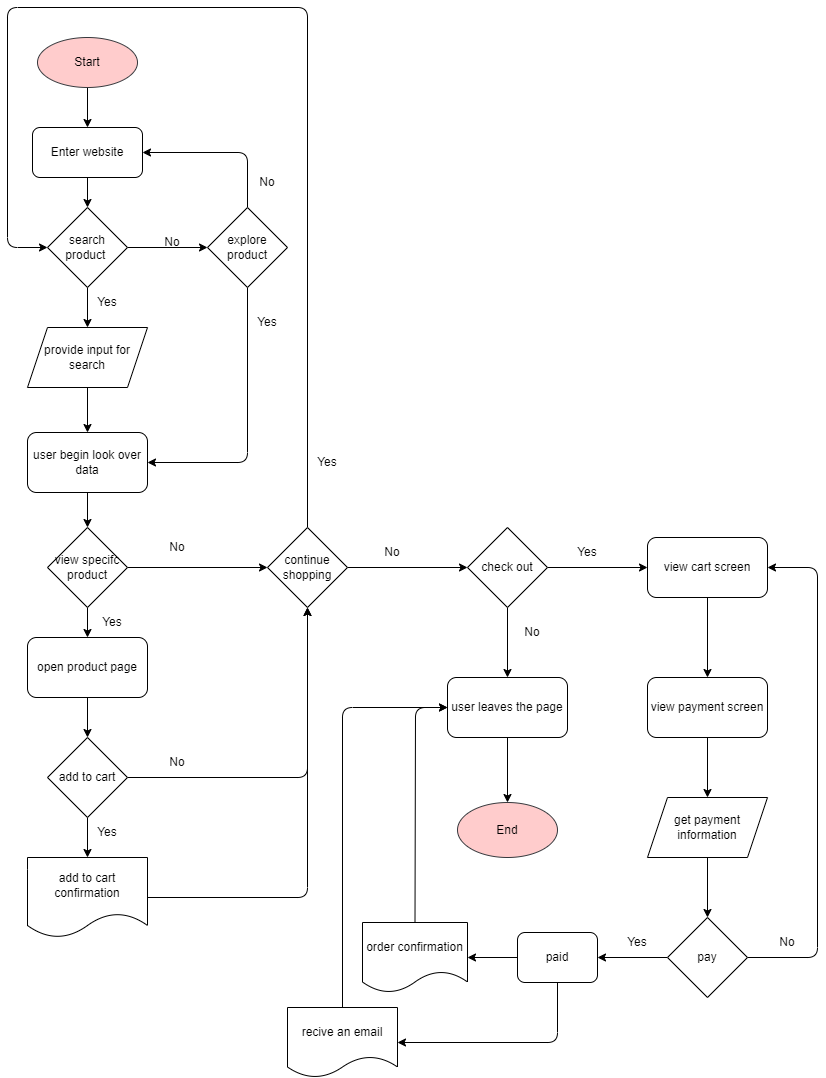
Oooleaf/fa22-cse110-lab4 keeps this draw.io diagram as explore/diagramming/diagram.drawio.png. Above is the earlier version. Source tidied: cells renumbered, new cells last; positions are measured from the earlier drawing's top-left corner, leaving out a move shared by most shapes.
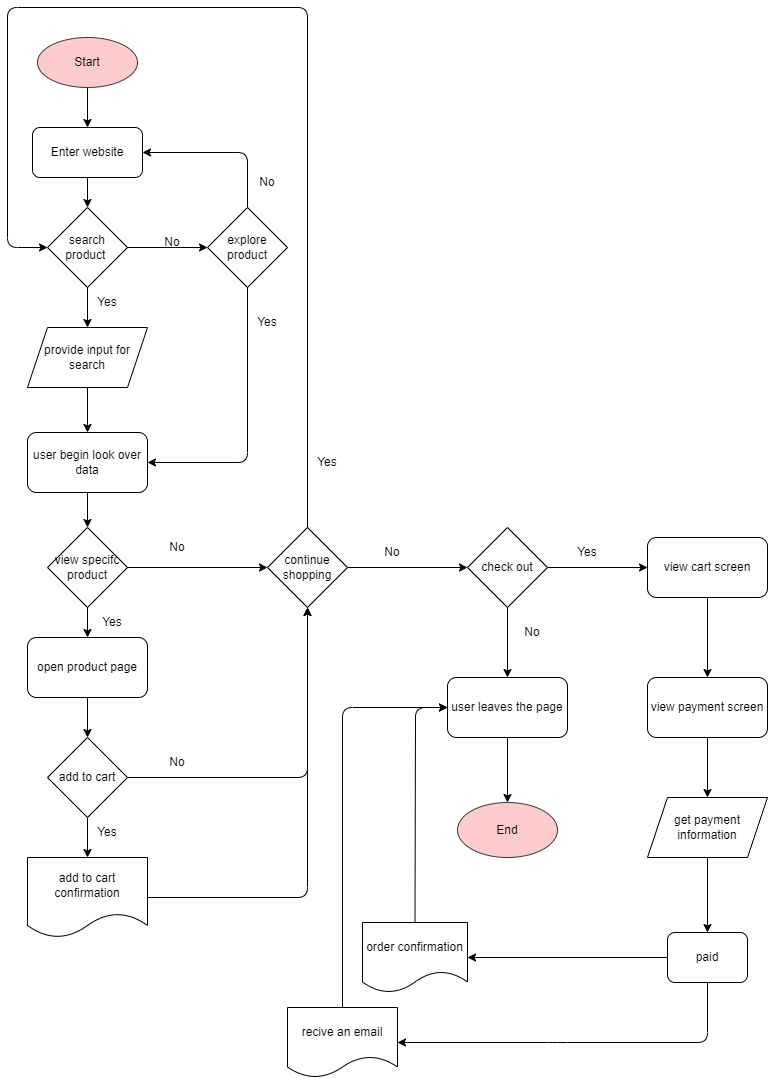
The same file after the commit.

Commit message:
update flowchart paid

Change to the diagram source:
```diff
@@ -160,26 +160,12 @@
     <mxCell id="46" value="view payment screen" style="rounded=1;whiteSpace=wrap;html=1;" parent="1" vertex="1">
       <mxGeometry x="640" y="670" width="120" height="60" as="geometry" />
     </mxCell>
-    <mxCell id="47" style="edgeStyle=none;html=1;exitX=0.5;exitY=1;exitDx=0;exitDy=0;" parent="1" edge="1" source="48" target="51">
-      <mxGeometry relative="1" as="geometry" />
-    </mxCell>
+    <mxCell id="65" style="edgeStyle=none;html=1;exitX=0.5;exitY=1;exitDx=0;exitDy=0;" parent="1" edge="1" source="48" target="63">
+      <mxGeometry relative="1" as="geometry" />
+    </mxCell>
     <mxCell id="48" value="get payment information" style="shape=parallelogram;perimeter=parallelogramPerimeter;whiteSpace=wrap;html=1;fixedSize=1;" parent="1" vertex="1">
       <mxGeometry x="640" y="790" width="120" height="60" as="geometry" />
     </mxCell>
-    <mxCell id="49" style="edgeStyle=none;html=1;exitX=1;exitY=0.5;exitDx=0;exitDy=0;entryX=1;entryY=0.5;entryDx=0;entryDy=0;" parent="1" edge="1" source="51" target="43">
-      <mxGeometry relative="1" as="geometry">
-        <Array as="points">
-          <mxPoint x="810" y="950" />
-          <mxPoint x="810" y="560" />
-        </Array>
-      </mxGeometry>
-    </mxCell>
-    <mxCell id="50" style="edgeStyle=none;html=1;entryX=1;entryY=0.5;entryDx=0;entryDy=0;" parent="1" edge="1" source="51" target="63">
-      <mxGeometry relative="1" as="geometry" />
-    </mxCell>
-    <mxCell id="51" value="pay" style="rhombus;whiteSpace=wrap;html=1;" parent="1" vertex="1">
-      <mxGeometry x="660" y="910" width="80" height="80" as="geometry" />
-    </mxCell>
     <mxCell id="52" style="edgeStyle=none;html=1;exitX=0.5;exitY=0;exitDx=0;exitDy=0;entryX=0;entryY=0.5;entryDx=0;entryDy=0;" parent="1" edge="1" source="53" target="38">
       <mxGeometry relative="1" as="geometry">
         <Array as="points">
@@ -212,12 +198,10 @@
     <mxCell id="59" value="Yes" style="text;html=1;strokeColor=none;fillColor=none;align=center;verticalAlign=middle;whiteSpace=wrap;rounded=0;" parent="1" vertex="1">
       <mxGeometry x="290" y="440" width="60" height="30" as="geometry" />
     </mxCell>
-    <mxCell id="60" value="No" style="text;html=1;strokeColor=none;fillColor=none;align=center;verticalAlign=middle;whiteSpace=wrap;rounded=0;" parent="1" vertex="1">
-      <mxGeometry x="750" y="920" width="60" height="30" as="geometry" />
-    </mxCell>
     <mxCell id="61" style="edgeStyle=none;html=1;entryX=1;entryY=0.5;entryDx=0;entryDy=0;" parent="1" edge="1" source="63" target="55">
       <mxGeometry relative="1" as="geometry">
         <Array as="points">
+          <mxPoint x="700" y="1035" />
           <mxPoint x="550" y="1035" />
         </Array>
       </mxGeometry>
@@ -226,10 +210,7 @@
       <mxGeometry relative="1" as="geometry" />
     </mxCell>
     <mxCell id="63" value="paid" style="rounded=1;whiteSpace=wrap;html=1;" parent="1" vertex="1">
-      <mxGeometry x="510" y="925" width="80" height="50" as="geometry" />
+      <mxGeometry x="660" y="925" width="80" height="50" as="geometry" />
     </mxCell>
-    <mxCell id="64" value="Yes" style="text;html=1;strokeColor=none;fillColor=none;align=center;verticalAlign=middle;whiteSpace=wrap;rounded=0;" parent="1" vertex="1">
-      <mxGeometry x="600" y="920" width="60" height="30" as="geometry" />
-    </mxCell>
   </root>
 </mxGraphModel>
```
